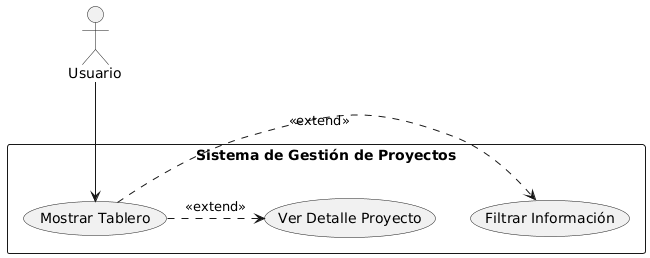
Above: diagramas/02-casos-de-uso/02-mostrar-tablero-caso-uso-06.png in dantebiondi666-prog/SistemaProductoraVideos (PlantUML), before the change.
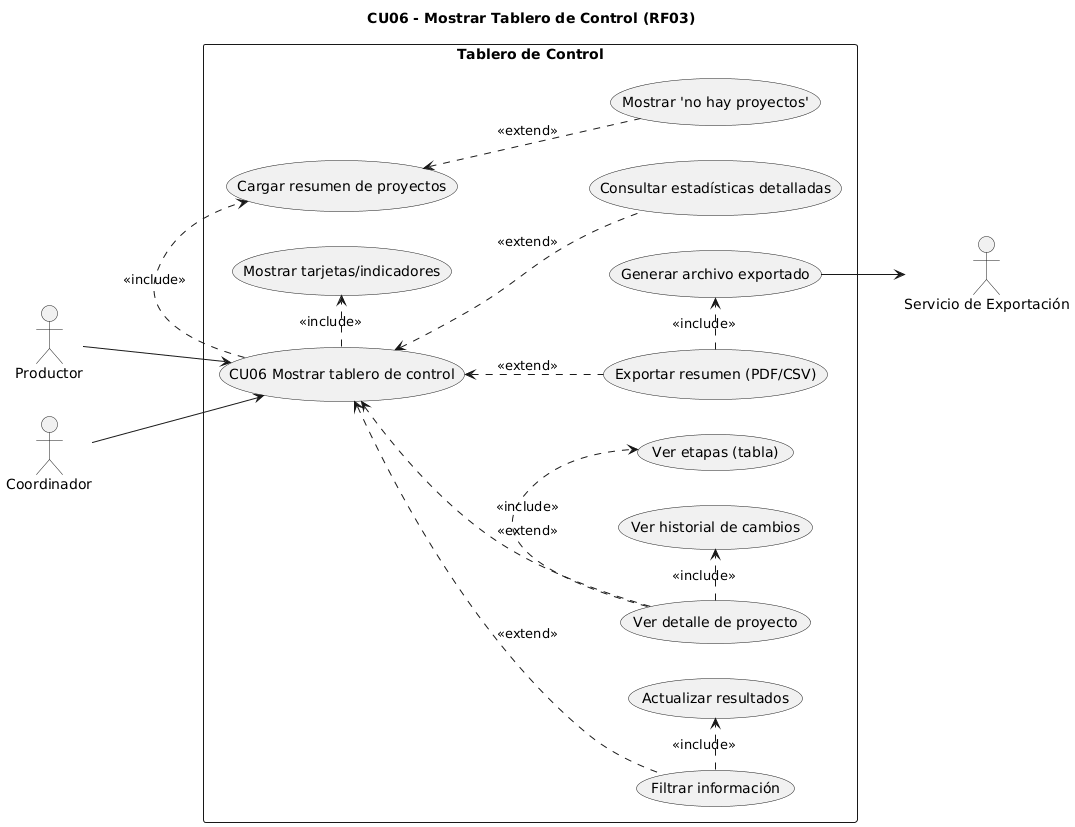
The same diagram one commit later.

The edit, as a diff of the source:
```diff
@@ -1,9 +1,40 @@
 @startuml
-actor Usuario
+title CU06 - Mostrar Tablero de Control (RF03)
+left to right direction
 
-rectangle "Sistema de Gestión de Proyectos" {
-  Usuario --> (Mostrar Tablero)
-  (Mostrar Tablero) .> (Filtrar Información) : <<extend>>
-  (Mostrar Tablero) .> (Ver Detalle Proyecto) : <<extend>>
+actor Productor
+actor Coordinador
+actor "Servicio de Exportación" as Export
+
+rectangle "Tablero de Control" {
+
+  usecase "CU06 Mostrar tablero de control" as CU06
+  usecase "Cargar resumen de proyectos" as UC_Cargar
+  usecase "Mostrar tarjetas/indicadores" as UC_Mostrar
+  usecase "Filtrar información" as UC_Filtrar
+  usecase "Actualizar resultados" as UC_Actualizar
+  usecase "Ver detalle de proyecto" as UC_Detalle
+  usecase "Ver etapas (tabla)" as UC_Etapas
+  usecase "Ver historial de cambios" as UC_Historial
+  usecase "Consultar estadísticas detalladas" as UC_Estad
+  usecase "Exportar resumen (PDF/CSV)" as UC_Exportar
+  usecase "Generar archivo exportado" as UC_Generar
+  usecase "Mostrar 'no hay proyectos'" as UC_SinProy
 }
+
+
+Productor --> CU06
+Coordinador --> CU06
+CU06 .> UC_Cargar  : <<include>>
+CU06 .> UC_Mostrar : <<include>>
+CU06 <.. UC_Filtrar     : <<extend>>
+UC_Filtrar .> UC_Actualizar : <<include>>
+CU06 <.. UC_Detalle     : <<extend>>
+UC_Detalle .> UC_Etapas    : <<include>>
+UC_Detalle .> UC_Historial : <<include>>
+CU06 <.. UC_Estad      : <<extend>>
+CU06 <.. UC_Exportar   : <<extend>>
+UC_Exportar .> UC_Generar : <<include>>
+UC_Generar --> Export
+UC_Cargar <.. UC_SinProy : <<extend>>
 @enduml
```
